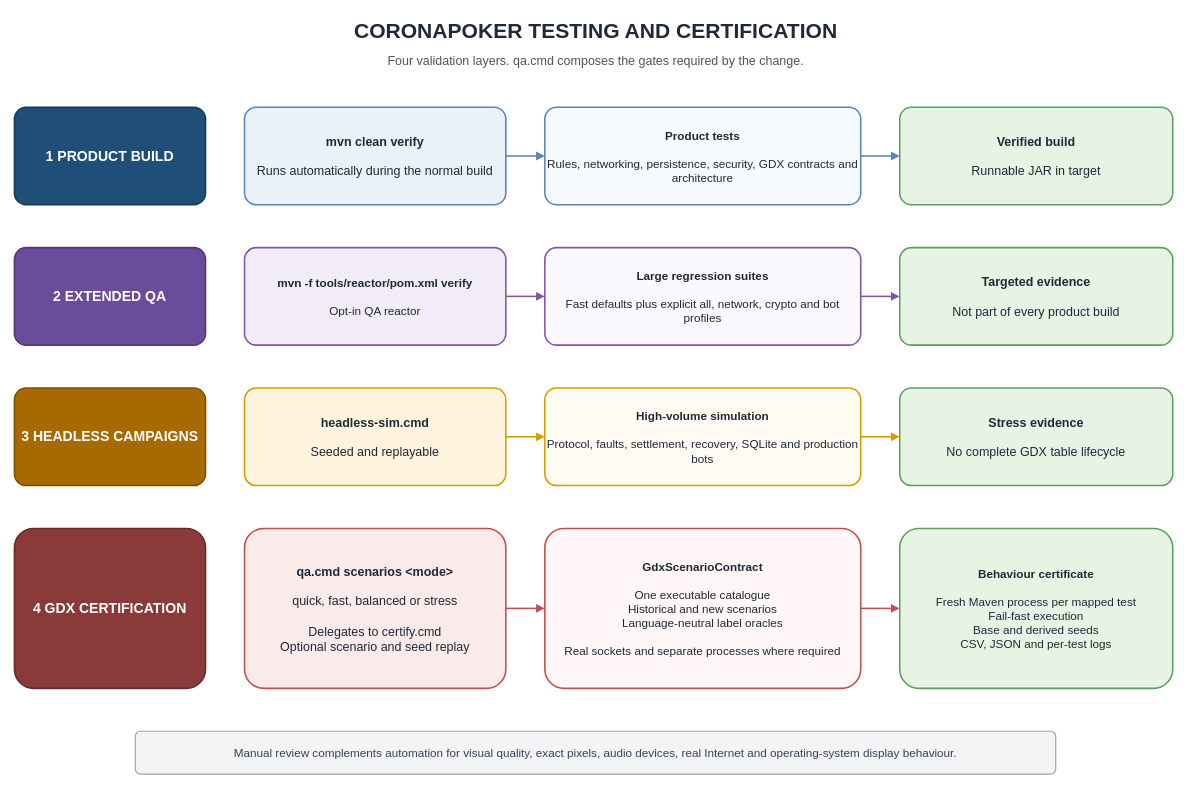
Earlier version of the draw.io diagram docs/diagrams/testing-certification-flow.drawio (tonikelope/coronapoker). Source tidied: cells renumbered, new cells numbered last; positions are measured from the earlier drawing's top-left corner, leaving out a move shared by most shapes. Both pictures are drawn from the tidied source at 78%, with x=0, y=0 at pixel (14, 13).
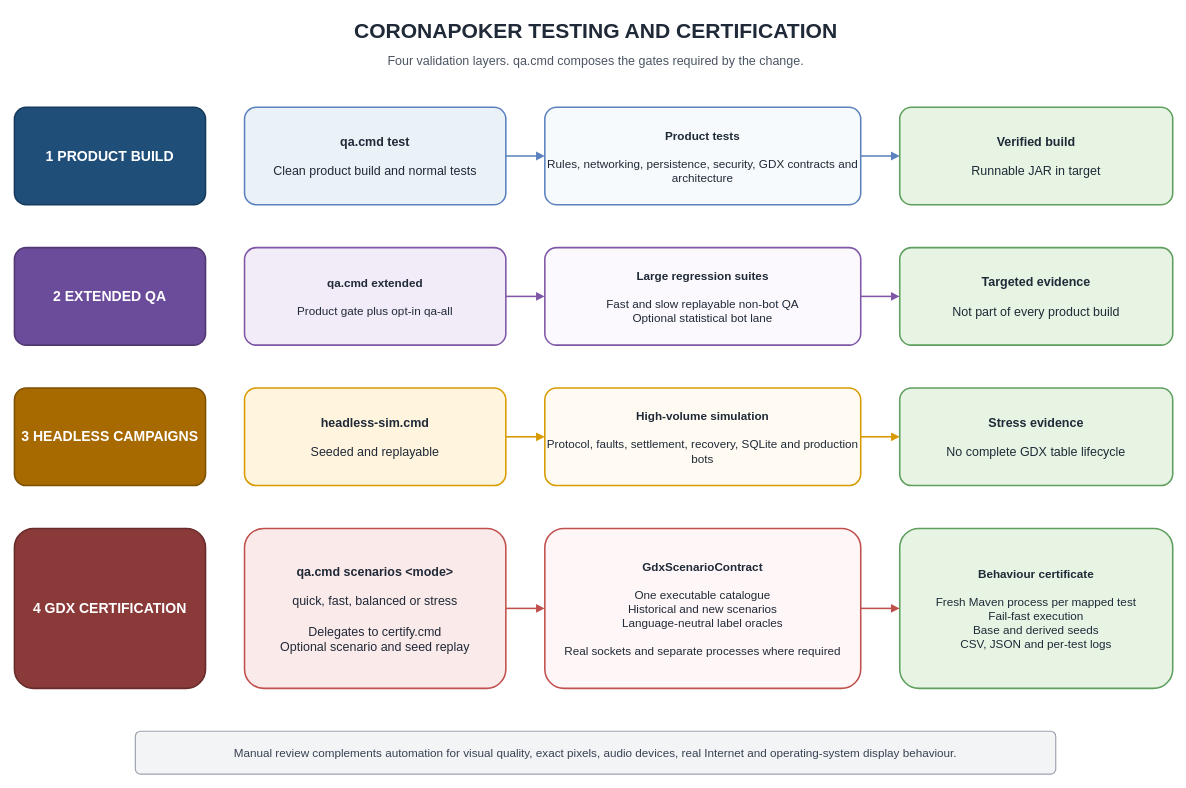
Above is the later version.

Commit message (it also covers changes not shown here):
Separate standard and extended QA commands

What changed in the source:
```diff
@@
-    <mxCell id="5" value="&lt;b&gt;mvn clean verify&lt;/b&gt;&#10;&#10;Runs automatically during the normal build" style="rounded=1;arcSize=12;whiteSpace=wrap;html=1;fillColor=#EAF2F8;strokeColor=#5B82BE;strokeWidth=2;fontColor=#1F2937;fontSize=16;align=center;verticalAlign=middle;" parent="1" vertex="1">
+    <mxCell id="5" value="&lt;b&gt;qa.cmd test&lt;/b&gt;&#10;&#10;Clean product build and normal tests" style="rounded=1;arcSize=12;whiteSpace=wrap;html=1;fillColor=#EAF2F8;strokeColor=#5B82BE;strokeWidth=2;fontColor=#1F2937;fontSize=16;align=center;verticalAlign=middle;" parent="1" vertex="1">
       <mxGeometry x="295" y="120" width="335" height="125" as="geometry" />
     </mxCell>
@@
-    <mxCell id="9" value="&lt;b&gt;mvn -f tools/reactor/pom.xml verify&lt;/b&gt;&#10;&#10;Opt-in QA reactor" style="rounded=1;arcSize=12;whiteSpace=wrap;html=1;fillColor=#F2ECF8;strokeColor=#7E57A6;strokeWidth=2;fontColor=#1F2937;fontSize=15;align=center;verticalAlign=middle;" parent="1" vertex="1">
+    <mxCell id="9" value="&lt;b&gt;qa.cmd extended&lt;/b&gt;&#10;&#10;Product gate plus opt-in qa-all" style="rounded=1;arcSize=12;whiteSpace=wrap;html=1;fillColor=#F2ECF8;strokeColor=#7E57A6;strokeWidth=2;fontColor=#1F2937;fontSize=15;align=center;verticalAlign=middle;" parent="1" vertex="1">
       <mxGeometry x="295" y="300" width="335" height="125" as="geometry" />
     </mxCell>
-    <mxCell id="10" value="&lt;b&gt;Large regression suites&lt;/b&gt;&#10;&#10;Fast defaults plus explicit all, network, crypto and bot profiles" style="rounded=1;arcSize=12;whiteSpace=wrap;html=1;fillColor=#FBF9FD;strokeColor=#7E57A6;strokeWidth=2;fontColor=#1F2937;fontSize=15;align=center;verticalAlign=middle;" parent="1" vertex="1">
+    <mxCell id="10" value="&lt;b&gt;Large regression suites&lt;/b&gt;&#10;&#10;Fast and slow replayable non-bot QA&#10;Optional statistical bot lane" style="rounded=1;arcSize=12;whiteSpace=wrap;html=1;fillColor=#FBF9FD;strokeColor=#7E57A6;strokeWidth=2;fontColor=#1F2937;fontSize=15;align=center;verticalAlign=middle;" parent="1" vertex="1">
       <mxGeometry x="680" y="300" width="405" height="125" as="geometry" />
     </mxCell>
```
